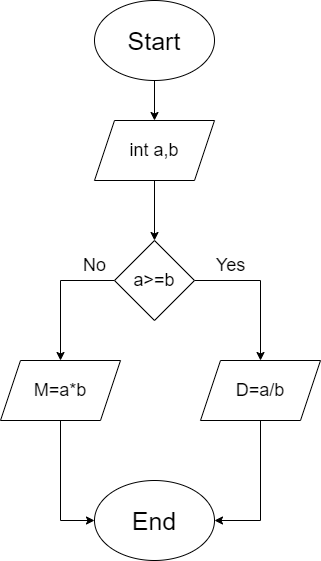
Above: tích thương 2 số.png in DuyNguyen309/T2009M-Aptech (draw.io), before the change. Source tidied: cells renumbered, new cells last; positions are measured from the earlier drawing's top-left corner, leaving out a move shared by most shapes. Source of this version:
```xml
<mxGraphModel>
  <root>
    <mxCell id="0" />
    <mxCell id="1" parent="0" />
    <mxCell id="2" style="edgeStyle=orthogonalEdgeStyle;rounded=0;jettySize=auto;html=1;exitX=0.5;exitY=1;exitDx=0;exitDy=0;fontSize=25;" parent="1" edge="1" source="3">
      <mxGeometry relative="1" as="geometry">
        <mxPoint x="154" y="120" as="targetPoint" />
      </mxGeometry>
    </mxCell>
    <mxCell id="3" value="Start" style="ellipse;whiteSpace=wrap;html=1;fontSize=25;" parent="1" vertex="1">
      <mxGeometry x="94" width="120" height="80" as="geometry" />
    </mxCell>
    <mxCell id="4" style="edgeStyle=orthogonalEdgeStyle;rounded=0;jettySize=auto;html=1;exitX=0.5;exitY=1;exitDx=0;exitDy=0;fontSize=18;" parent="1" edge="1" source="5">
      <mxGeometry relative="1" as="geometry">
        <mxPoint x="154" y="240" as="targetPoint" />
      </mxGeometry>
    </mxCell>
    <mxCell id="5" value="int a,b" style="shape=parallelogram;perimeter=parallelogramPerimeter;whiteSpace=wrap;html=1;fixedSize=1;fontSize=18;" parent="1" vertex="1">
      <mxGeometry x="94" y="120" width="120" height="60" as="geometry" />
    </mxCell>
    <mxCell id="6" style="edgeStyle=orthogonalEdgeStyle;rounded=0;jettySize=auto;html=1;exitX=1;exitY=0.5;exitDx=0;exitDy=0;fontSize=18;" parent="1" edge="1" source="8">
      <mxGeometry relative="1" as="geometry">
        <mxPoint x="260" y="360" as="targetPoint" />
      </mxGeometry>
    </mxCell>
    <mxCell id="7" style="edgeStyle=orthogonalEdgeStyle;rounded=0;jettySize=auto;html=1;exitX=0;exitY=0.5;exitDx=0;exitDy=0;fontSize=18;" parent="1" edge="1" source="8">
      <mxGeometry relative="1" as="geometry">
        <mxPoint x="60" y="360" as="targetPoint" />
      </mxGeometry>
    </mxCell>
    <mxCell id="8" value="a&amp;gt;=b" style="rhombus;whiteSpace=wrap;html=1;fontSize=18;" parent="1" vertex="1">
      <mxGeometry x="114" y="240" width="80" height="80" as="geometry" />
    </mxCell>
    <mxCell id="9" value="No" style="text;html=1;align=center;verticalAlign=middle;fillColor=none;strokeColor=none;rounded=0;fontSize=18;" parent="1" vertex="1">
      <mxGeometry x="74" y="250" width="40" height="30" as="geometry" />
    </mxCell>
    <mxCell id="10" value="Yes" style="text;html=1;align=center;verticalAlign=middle;fillColor=none;strokeColor=none;rounded=0;fontSize=18;" parent="1" vertex="1">
      <mxGeometry x="210" y="250" width="40" height="30" as="geometry" />
    </mxCell>
    <mxCell id="11" style="edgeStyle=orthogonalEdgeStyle;rounded=0;jettySize=auto;html=1;exitX=0.5;exitY=1;exitDx=0;exitDy=0;entryX=1;entryY=0.5;entryDx=0;entryDy=0;fontSize=25;" parent="1" edge="1" source="12" target="15">
      <mxGeometry relative="1" as="geometry" />
    </mxCell>
    <mxCell id="12" value="D=a/b" style="shape=parallelogram;perimeter=parallelogramPerimeter;whiteSpace=wrap;html=1;fixedSize=1;fontSize=18;" parent="1" vertex="1">
      <mxGeometry x="200" y="360" width="120" height="60" as="geometry" />
    </mxCell>
    <mxCell id="13" style="edgeStyle=orthogonalEdgeStyle;rounded=0;jettySize=auto;html=1;exitX=0.5;exitY=1;exitDx=0;exitDy=0;entryX=0;entryY=0.5;entryDx=0;entryDy=0;fontSize=25;" parent="1" edge="1" source="14" target="15">
      <mxGeometry relative="1" as="geometry" />
    </mxCell>
    <mxCell id="14" value="M=a*b" style="shape=parallelogram;perimeter=parallelogramPerimeter;whiteSpace=wrap;html=1;fixedSize=1;fontSize=18;" parent="1" vertex="1">
      <mxGeometry y="360" width="120" height="60" as="geometry" />
    </mxCell>
    <mxCell id="15" value="End" style="ellipse;whiteSpace=wrap;html=1;fontSize=25;" parent="1" vertex="1">
      <mxGeometry x="94" y="480" width="120" height="80" as="geometry" />
    </mxCell>
  </root>
</mxGraphModel>
```
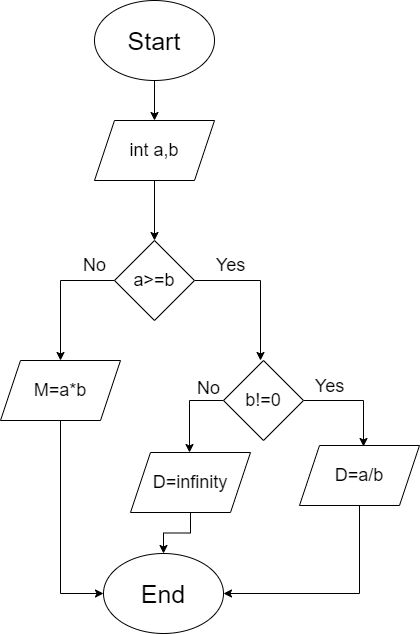
Later version of the same file.

Commit message:
Nop bai tap 2

Change to the diagram source:
```diff
@@ -37,11 +37,11 @@
     <mxCell id="10" value="Yes" style="text;html=1;align=center;verticalAlign=middle;fillColor=none;strokeColor=none;rounded=0;fontSize=18;" parent="1" vertex="1">
       <mxGeometry x="210" y="250" width="40" height="30" as="geometry" />
     </mxCell>
-    <mxCell id="11" style="edgeStyle=orthogonalEdgeStyle;rounded=0;jettySize=auto;html=1;exitX=0.5;exitY=1;exitDx=0;exitDy=0;entryX=1;entryY=0.5;entryDx=0;entryDy=0;fontSize=25;" parent="1" edge="1" source="12" target="15">
+    <mxCell id="11" style="edgeStyle=orthogonalEdgeStyle;rounded=0;jettySize=auto;html=1;exitX=0.5;exitY=1;exitDx=0;exitDy=0;entryX=1;entryY=0.5;entryDx=0;entryDy=0;fontSize=18;" parent="1" edge="1" source="12" target="15">
       <mxGeometry relative="1" as="geometry" />
     </mxCell>
     <mxCell id="12" value="D=a/b" style="shape=parallelogram;perimeter=parallelogramPerimeter;whiteSpace=wrap;html=1;fixedSize=1;fontSize=18;" parent="1" vertex="1">
-      <mxGeometry x="200" y="360" width="120" height="60" as="geometry" />
+      <mxGeometry x="299" y="445" width="120" height="60" as="geometry" />
     </mxCell>
     <mxCell id="13" style="edgeStyle=orthogonalEdgeStyle;rounded=0;jettySize=auto;html=1;exitX=0.5;exitY=1;exitDx=0;exitDy=0;entryX=0;entryY=0.5;entryDx=0;entryDy=0;fontSize=25;" parent="1" edge="1" source="14" target="15">
       <mxGeometry relative="1" as="geometry" />
@@ -50,7 +50,32 @@
       <mxGeometry y="360" width="120" height="60" as="geometry" />
     </mxCell>
     <mxCell id="15" value="End" style="ellipse;whiteSpace=wrap;html=1;fontSize=25;" parent="1" vertex="1">
-      <mxGeometry x="94" y="480" width="120" height="80" as="geometry" />
+      <mxGeometry x="103" y="553" width="120" height="80" as="geometry" />
     </mxCell>
+    <mxCell id="16" style="edgeStyle=orthogonalEdgeStyle;rounded=0;jettySize=auto;html=1;exitX=1;exitY=0.5;exitDx=0;exitDy=0;fontSize=18;" parent="1" edge="1" source="18">
+      <mxGeometry relative="1" as="geometry">
+        <mxPoint x="363" y="446" as="targetPoint" />
+      </mxGeometry>
+    </mxCell>
+    <mxCell id="17" style="edgeStyle=orthogonalEdgeStyle;rounded=0;jettySize=auto;html=1;fontSize=18;" parent="1" edge="1" source="18">
+      <mxGeometry relative="1" as="geometry">
+        <mxPoint x="189" y="452" as="targetPoint" />
+      </mxGeometry>
+    </mxCell>
+    <mxCell id="18" value="b!=0" style="rhombus;whiteSpace=wrap;html=1;fontSize=18;" parent="1" vertex="1">
+      <mxGeometry x="223" y="360" width="80" height="80" as="geometry" />
+    </mxCell>
+    <mxCell id="19" value="Yes" style="text;html=1;align=center;verticalAlign=middle;fillColor=none;strokeColor=none;rounded=0;fontSize=18;" parent="1" vertex="1">
+      <mxGeometry x="309" y="371" width="40" height="30" as="geometry" />
+    </mxCell>
+    <mxCell id="20" style="edgeStyle=orthogonalEdgeStyle;rounded=0;jettySize=auto;html=1;exitX=0.5;exitY=1;exitDx=0;exitDy=0;fontSize=18;" parent="1" edge="1" source="21" target="15">
+      <mxGeometry relative="1" as="geometry" />
+    </mxCell>
+    <mxCell id="21" value="D=infinity" style="shape=parallelogram;perimeter=parallelogramPerimeter;whiteSpace=wrap;html=1;fixedSize=1;fontSize=18;" parent="1" vertex="1">
+      <mxGeometry x="130" y="452" width="120" height="60" as="geometry" />
+    </mxCell>
+    <mxCell id="22" value="No" style="text;html=1;align=center;verticalAlign=middle;fillColor=none;strokeColor=none;rounded=0;fontSize=18;" parent="1" vertex="1">
+      <mxGeometry x="188" y="373" width="40" height="30" as="geometry" />
+    </mxCell>
   </root>
 </mxGraphModel>
```
